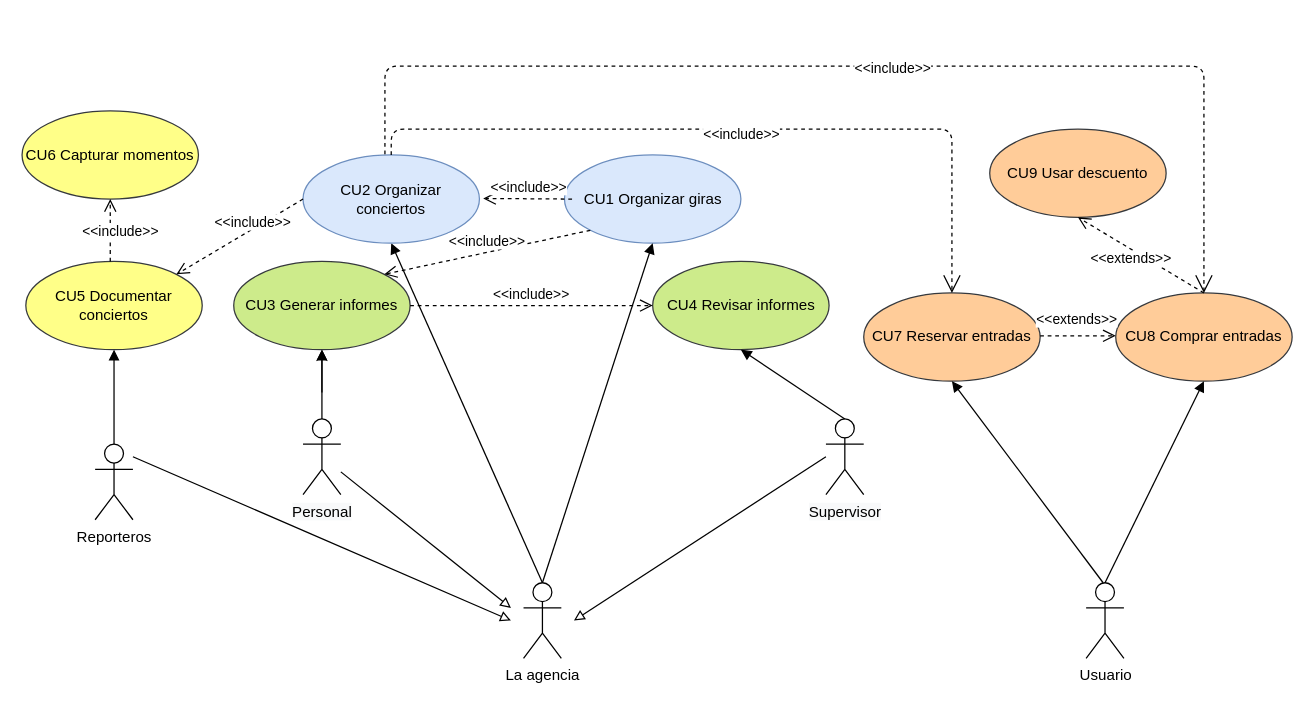
Above: Casos de uso.drawio in Lusaka12/AgenciaConciertos (draw.io), before the change. Source tidied: cells renumbered, new cells numbered last; positions are measured from the earlier drawing's top-left corner, leaving out a move shared by most shapes. Both pictures are drawn from the tidied source at 126%, with x=0, y=0 at pixel (21, 66).
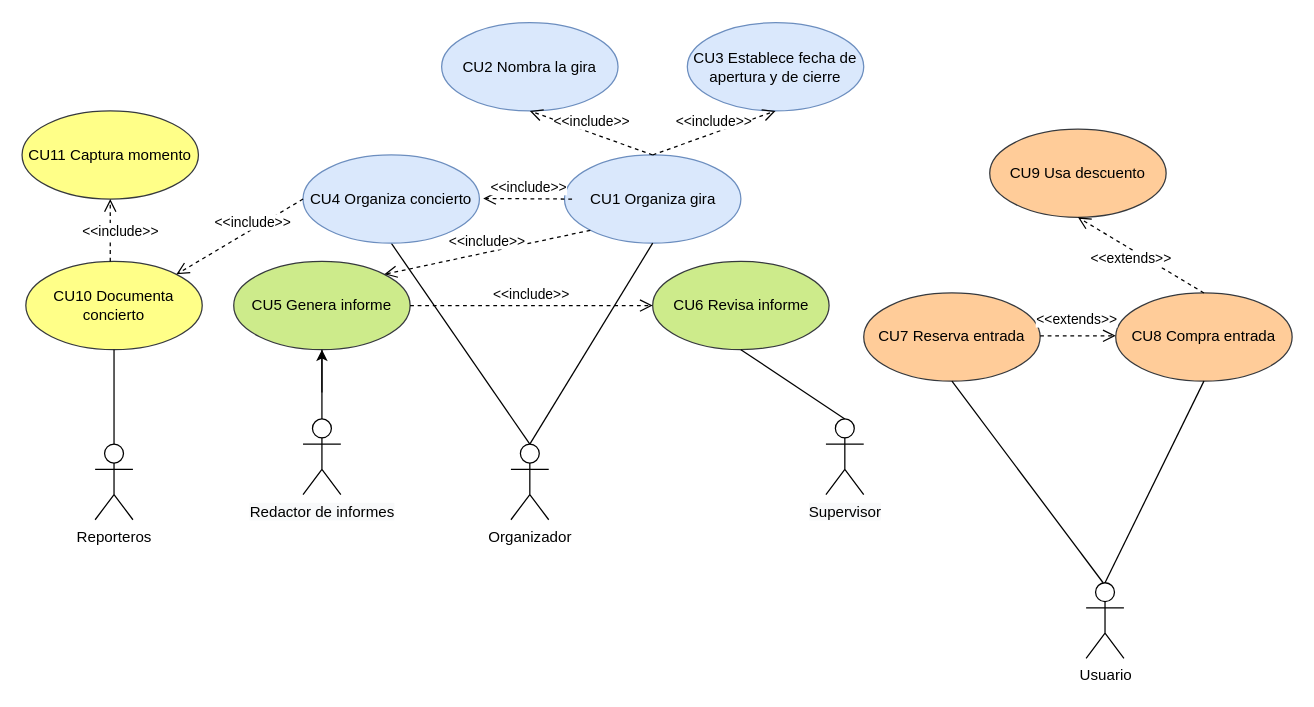
The same page after the edit.

Commit message:
Casos de uso en drawio

The change refers to these unchanged cells:
```xml
<mxCell id="7" value="&lt;span style=&quot;background-color: rgb(248 , 249 , 250)&quot;&gt;Supervisor&lt;/span&gt;" style="shape=umlActor;verticalLabelPosition=bottom;labelBackgroundColor=#ffffff;verticalAlign=top;html=1;" parent="1" vertex="1">
  <mxGeometry x="638" y="280" width="30" height="60" as="geometry" />
</mxCell>
<mxCell id="11" value="Usuario" style="shape=umlActor;verticalLabelPosition=bottom;labelBackgroundColor=#ffffff;verticalAlign=top;html=1;" parent="1" vertex="1">
  <mxGeometry x="844.5" y="410" width="30" height="60" as="geometry" />
</mxCell>
<mxCell id="13" value="Reporteros" style="shape=umlActor;verticalLabelPosition=bottom;labelBackgroundColor=#ffffff;verticalAlign=top;html=1;" parent="1" vertex="1">
  <mxGeometry x="58" y="300" width="30" height="60" as="geometry" />
</mxCell>
```

What changed in the source:
```diff
@@
-    <mxCell id="2" value="La agencia" style="shape=umlActor;verticalLabelPosition=bottom;labelBackgroundColor=#ffffff;verticalAlign=top;html=1;" parent="1" vertex="1">
-      <mxGeometry x="398" y="410" width="30" height="60" as="geometry" />
+    <mxCell id="2" value="Organizador" style="shape=umlActor;verticalLabelPosition=bottom;labelBackgroundColor=#ffffff;verticalAlign=top;html=1;" parent="1" vertex="1">
+      <mxGeometry x="388" y="300" width="30" height="60" as="geometry" />
     </mxCell>
-    <mxCell id="3" value="CU1 Organizar giras" style="ellipse;whiteSpace=wrap;html=1;fillColor=#dae8fc;strokeColor=#6c8ebf;" parent="1" vertex="1">
+    <mxCell id="3" value="CU1 Organiza gira" style="ellipse;whiteSpace=wrap;html=1;fillColor=#dae8fc;strokeColor=#6c8ebf;" parent="1" vertex="1">
       <mxGeometry x="430.5" y="70.5" width="140" height="70" as="geometry" />
     </mxCell>
@@
-    <mxCell id="5" value="&lt;span style=&quot;background-color: rgb(248 , 249 , 250)&quot;&gt;Personal&lt;/span&gt;" style="shape=umlActor;verticalLabelPosition=bottom;labelBackgroundColor=#ffffff;verticalAlign=top;html=1;" parent="1" vertex="1">
+    <mxCell id="5" value="&lt;span style=&quot;background-color: rgb(248 , 249 , 250)&quot;&gt;Redactor de informes&lt;br&gt;&lt;/span&gt;" style="shape=umlActor;verticalLabelPosition=bottom;labelBackgroundColor=#ffffff;verticalAlign=top;html=1;" parent="1" vertex="1">
       <mxGeometry x="223" y="280" width="30" height="60" as="geometry" />
     </mxCell>
-    <mxCell id="6" style="html=1;verticalAlign=bottom;endArrow=block;entryX=0.5;entryY=1;entryDx=0;entryDy=0;exitX=0.5;exitY=0;exitDx=0;exitDy=0;exitPerimeter=0;" parent="1" edge="1" source="2" target="8">
+    <mxCell id="6" style="html=1;verticalAlign=bottom;endArrow=none;entryX=0.5;entryY=1;entryDx=0;entryDy=0;exitX=0.5;exitY=0;exitDx=0;exitDy=0;exitPerimeter=0;strokeColor=#000000;endFill=0;" parent="1" edge="1" source="2" target="8">
       <mxGeometry relative="1" as="geometry" />
     </mxCell>
@@
-    <mxCell id="8" value="CU2 Organizar conciertos" style="ellipse;whiteSpace=wrap;html=1;fillColor=#dae8fc;strokeColor=#6c8ebf;" parent="1" vertex="1">
+    <mxCell id="8" value="CU4 Organiza concierto" style="ellipse;whiteSpace=wrap;html=1;fillColor=#dae8fc;strokeColor=#6c8ebf;" parent="1" vertex="1">
       <mxGeometry x="223" y="70.5" width="140" height="70" as="geometry" />
     </mxCell>
-    <mxCell id="9" value="CU3 Generar informes" style="ellipse;whiteSpace=wrap;html=1;fillColor=#cdeb8b;strokeColor=#36393d;" parent="1" vertex="1">
+    <mxCell id="9" value="CU5 Genera informe" style="ellipse;whiteSpace=wrap;html=1;fillColor=#cdeb8b;strokeColor=#36393d;" parent="1" vertex="1">
       <mxGeometry x="168" y="155" width="140" height="70" as="geometry" />
     </mxCell>
-    <mxCell id="10" value="CU4 Revisar informes" style="ellipse;whiteSpace=wrap;html=1;fillColor=#cdeb8b;strokeColor=#36393d;" parent="1" vertex="1">
+    <mxCell id="10" value="CU6 Revisa informe" style="ellipse;whiteSpace=wrap;html=1;fillColor=#cdeb8b;strokeColor=#36393d;" parent="1" vertex="1">
       <mxGeometry x="500.5" y="155" width="140" height="70" as="geometry" />
     </mxCell>
@@
-    <mxCell id="12" value="CU8 Comprar entradas" style="ellipse;whiteSpace=wrap;html=1;fillColor=#ffcc99;strokeColor=#36393d;" parent="1" vertex="1">
+    <mxCell id="12" value="CU8 Compra entrada" style="ellipse;whiteSpace=wrap;html=1;fillColor=#ffcc99;strokeColor=#36393d;" parent="1" vertex="1">
       <mxGeometry x="868" y="180" width="140" height="70" as="geometry" />
     </mxCell>
@@
-    <mxCell id="14" value="CU5 Documentar conciertos" style="ellipse;whiteSpace=wrap;html=1;fillColor=#ffff88;strokeColor=#36393d;" parent="1" vertex="1">
+    <mxCell id="14" value="CU10 Documenta concierto" style="ellipse;whiteSpace=wrap;html=1;fillColor=#ffff88;strokeColor=#36393d;" parent="1" vertex="1">
       <mxGeometry x="3" y="155" width="140" height="70" as="geometry" />
     </mxCell>
-    <mxCell id="15" style="html=1;verticalAlign=bottom;endArrow=block;endFill=0;" parent="1" edge="1" source="5">
-      <mxGeometry relative="1" as="geometry">
-        <mxPoint x="388" y="430" as="targetPoint" />
-      </mxGeometry>
-    </mxCell>
-    <mxCell id="16" style="html=1;verticalAlign=bottom;endArrow=block;endFill=0;" parent="1" edge="1">
-      <mxGeometry relative="1" as="geometry">
-        <mxPoint x="88" y="310" as="sourcePoint" />
-        <mxPoint x="388" y="440" as="targetPoint" />
-      </mxGeometry>
-    </mxCell>
-    <mxCell id="17" style="html=1;verticalAlign=bottom;endArrow=block;endFill=0;" parent="1" edge="1">
-      <mxGeometry relative="1" as="geometry">
-        <mxPoint x="638" y="310" as="sourcePoint" />
-        <mxPoint x="438" y="440" as="targetPoint" />
-      </mxGeometry>
-    </mxCell>
-    <mxCell id="18" style="html=1;verticalAlign=bottom;endArrow=block;entryX=0.5;entryY=1;entryDx=0;entryDy=0;exitX=0.5;exitY=0;exitDx=0;exitDy=0;exitPerimeter=0;" parent="1" edge="1" source="13" target="14">
+    <mxCell id="18" style="html=1;verticalAlign=bottom;endArrow=none;entryX=0.5;entryY=1;entryDx=0;entryDy=0;exitX=0.5;exitY=0;exitDx=0;exitDy=0;exitPerimeter=0;strokeColor=#000000;endFill=0;" parent="1" edge="1" source="13" target="14">
       <mxGeometry relative="1" as="geometry" />
     </mxCell>
-    <mxCell id="19" style="html=1;verticalAlign=bottom;endArrow=block;entryX=0.5;entryY=1;entryDx=0;entryDy=0;exitX=0.5;exitY=0;exitDx=0;exitDy=0;exitPerimeter=0;" parent="1" edge="1" source="11" target="12">
+    <mxCell id="19" style="html=1;verticalAlign=bottom;endArrow=none;entryX=0.5;entryY=1;entryDx=0;entryDy=0;exitX=0.5;exitY=0;exitDx=0;exitDy=0;exitPerimeter=0;strokeColor=#000000;endFill=0;" parent="1" edge="1" source="11" target="12">
       <mxGeometry relative="1" as="geometry" />
     </mxCell>
-    <mxCell id="20" style="html=1;verticalAlign=bottom;endArrow=block;entryX=0.5;entryY=1;entryDx=0;entryDy=0;exitX=0.5;exitY=0;exitDx=0;exitDy=0;exitPerimeter=0;" parent="1" edge="1" source="7" target="10">
+    <mxCell id="20" style="html=1;verticalAlign=bottom;endArrow=none;entryX=0.5;entryY=1;entryDx=0;entryDy=0;exitX=0.5;exitY=0;exitDx=0;exitDy=0;exitPerimeter=0;strokeColor=#000000;endFill=0;" parent="1" edge="1" source="7" target="10">
       <mxGeometry relative="1" as="geometry" />
     </mxCell>
-    <mxCell id="21" style="html=1;verticalAlign=bottom;endArrow=block;entryX=0.5;entryY=1;entryDx=0;entryDy=0;" parent="1" edge="1" target="9">
+    <mxCell id="21" style="html=1;verticalAlign=bottom;endArrow=none;entryX=0.5;entryY=1;entryDx=0;entryDy=0;endFill=0;" parent="1" edge="1" target="9">
       <mxGeometry relative="1" as="geometry">
         <mxPoint x="238" y="259" as="sourcePoint" />
       </mxGeometry>
     </mxCell>
-    <mxCell id="22" value="CU6 Capturar momentos" style="ellipse;whiteSpace=wrap;html=1;fillColor=#ffff88;strokeColor=#36393d;" parent="1" vertex="1">
+    <mxCell id="22" value="CU11 Captura momento" style="ellipse;whiteSpace=wrap;html=1;fillColor=#ffff88;strokeColor=#36393d;" parent="1" vertex="1">
       <mxGeometry y="35.5" width="140" height="70" as="geometry" />
     </mxCell>
@@
-    <mxCell id="26" style="html=1;verticalAlign=bottom;endArrow=block;entryX=0.5;entryY=1;entryDx=0;entryDy=0;exitX=0.5;exitY=0;exitDx=0;exitDy=0;exitPerimeter=0;" parent="1" edge="1" source="2" target="3">
+    <mxCell id="26" style="html=1;verticalAlign=bottom;endArrow=none;entryX=0.5;entryY=1;entryDx=0;entryDy=0;exitX=0.5;exitY=0;exitDx=0;exitDy=0;exitPerimeter=0;strokeColor=#000000;endFill=0;" parent="1" edge="1" source="2" target="3">
       <mxGeometry relative="1" as="geometry" />
     </mxCell>
@@
-    <mxCell id="28" value="CU7 Reservar entradas" style="ellipse;whiteSpace=wrap;html=1;fillColor=#ffcc99;strokeColor=#36393d;" parent="1" vertex="1">
+    <mxCell id="28" value="CU7 Reserva entrada" style="ellipse;whiteSpace=wrap;html=1;fillColor=#ffcc99;strokeColor=#36393d;" parent="1" vertex="1">
       <mxGeometry x="668" y="180" width="140" height="70" as="geometry" />
     </mxCell>
-    <mxCell id="29" style="html=1;verticalAlign=bottom;endArrow=block;entryX=0.5;entryY=1;entryDx=0;entryDy=0;" parent="1" edge="1" target="28">
+    <mxCell id="29" style="html=1;verticalAlign=bottom;endArrow=none;entryX=0.5;entryY=1;entryDx=0;entryDy=0;strokeColor=#000000;endFill=0;" parent="1" edge="1" target="28">
       <mxGeometry relative="1" as="geometry">
         <mxPoint x="858" y="410" as="sourcePoint" />
       </mxGeometry>
     </mxCell>
@@
-    <mxCell id="32" value="&lt;font style=&quot;font-size: 11px&quot;&gt;&amp;lt;&amp;lt;include&amp;gt;&amp;gt;&lt;/font&gt;" style="endArrow=open;endSize=12;dashed=1;html=1;exitX=0.5;exitY=0;exitDx=0;exitDy=0;entryX=0.5;entryY=0;entryDx=0;entryDy=0;edgeStyle=orthogonalEdgeStyle;fontSize=24;" parent="1" edge="1" source="8" target="28">
-      <mxGeometry relative="1" as="geometry">
-        <Array as="points">
-          <mxPoint x="293" y="50" />
-          <mxPoint x="738" y="50" />
-        </Array>
-      </mxGeometry>
-    </mxCell>
-    <mxCell id="33" value="&lt;font style=&quot;font-size: 11px&quot;&gt;&amp;lt;&amp;lt;include&amp;gt;&amp;gt;&lt;/font&gt;" style="endArrow=open;endSize=12;dashed=1;html=1;entryX=0.5;entryY=0;entryDx=0;entryDy=0;edgeStyle=orthogonalEdgeStyle;fontSize=19;" parent="1" edge="1" target="12">
-      <mxGeometry x="0.05" relative="1" as="geometry">
-        <mxPoint x="288" y="70" as="sourcePoint" />
-        <Array as="points">
-          <mxPoint x="288" />
-          <mxPoint x="938" />
-        </Array>
-      </mxGeometry>
-    </mxCell>
-    <mxCell id="34" value="CU9 Usar descuento" style="ellipse;whiteSpace=wrap;html=1;fillColor=#ffcc99;strokeColor=#36393d;" parent="1" vertex="1">
+    <mxCell id="34" value="CU9 Usa descuento" style="ellipse;whiteSpace=wrap;html=1;fillColor=#ffcc99;strokeColor=#36393d;" parent="1" vertex="1">
       <mxGeometry x="768" y="50" width="140" height="70" as="geometry" />
     </mxCell>
@@
+    <mxCell id="36" value="CU2 Nombra la gira" style="ellipse;whiteSpace=wrap;html=1;fillColor=#dae8fc;strokeColor=#6c8ebf;" parent="1" vertex="1">
+      <mxGeometry x="333" y="-34.5" width="140" height="70" as="geometry" />
+    </mxCell>
+    <mxCell id="37" value="CU3 Establece fecha de apertura y de cierre" style="ellipse;whiteSpace=wrap;html=1;fillColor=#dae8fc;strokeColor=#6c8ebf;" parent="1" vertex="1">
+      <mxGeometry x="528" y="-34.5" width="140" height="70" as="geometry" />
+    </mxCell>
+    <mxCell id="38" value="&amp;lt;&amp;lt;include&amp;gt;&amp;gt;" style="html=1;verticalAlign=bottom;endArrow=open;dashed=1;endSize=8;exitX=0.5;exitY=0;exitDx=0;exitDy=0;entryX=0.5;entryY=1;entryDx=0;entryDy=0;" parent="1" edge="1" source="3" target="37">
+      <mxGeometry relative="1" as="geometry" />
+    </mxCell>
+    <mxCell id="39" value="&amp;lt;&amp;lt;include&amp;gt;&amp;gt;" style="html=1;verticalAlign=bottom;endArrow=open;dashed=1;endSize=8;exitX=0.5;exitY=0;exitDx=0;exitDy=0;entryX=0.5;entryY=1;entryDx=0;entryDy=0;" parent="1" edge="1" source="3" target="36">
+      <mxGeometry relative="1" as="geometry" />
+    </mxCell>
```
